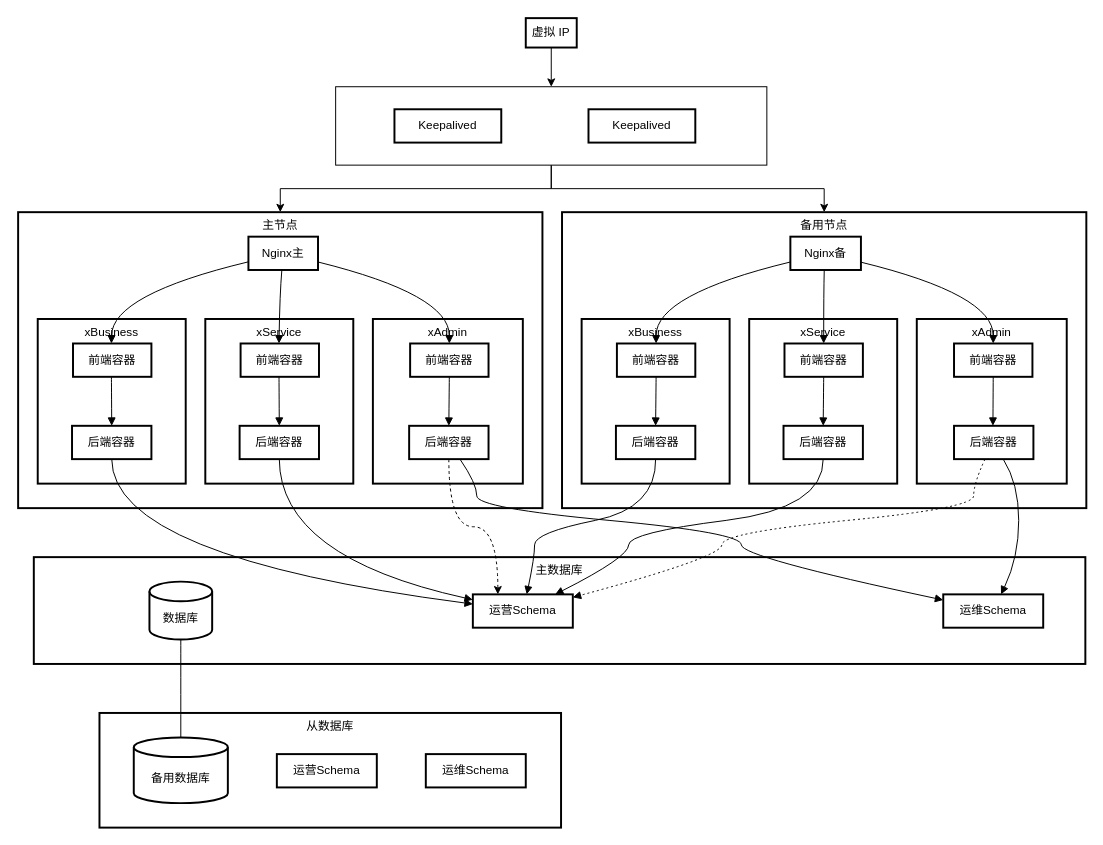
The draw.io diagram 未命名绘图.drawio in bachcuda/etltool, before the edit. Source tidied: cells renumbered, new cells numbered last; positions are measured from the earlier drawing's top-left corner, leaving out a move shared by most shapes. Both pictures are drawn from the tidied source at 98%, with x=0, y=0 at pixel (18, 18).
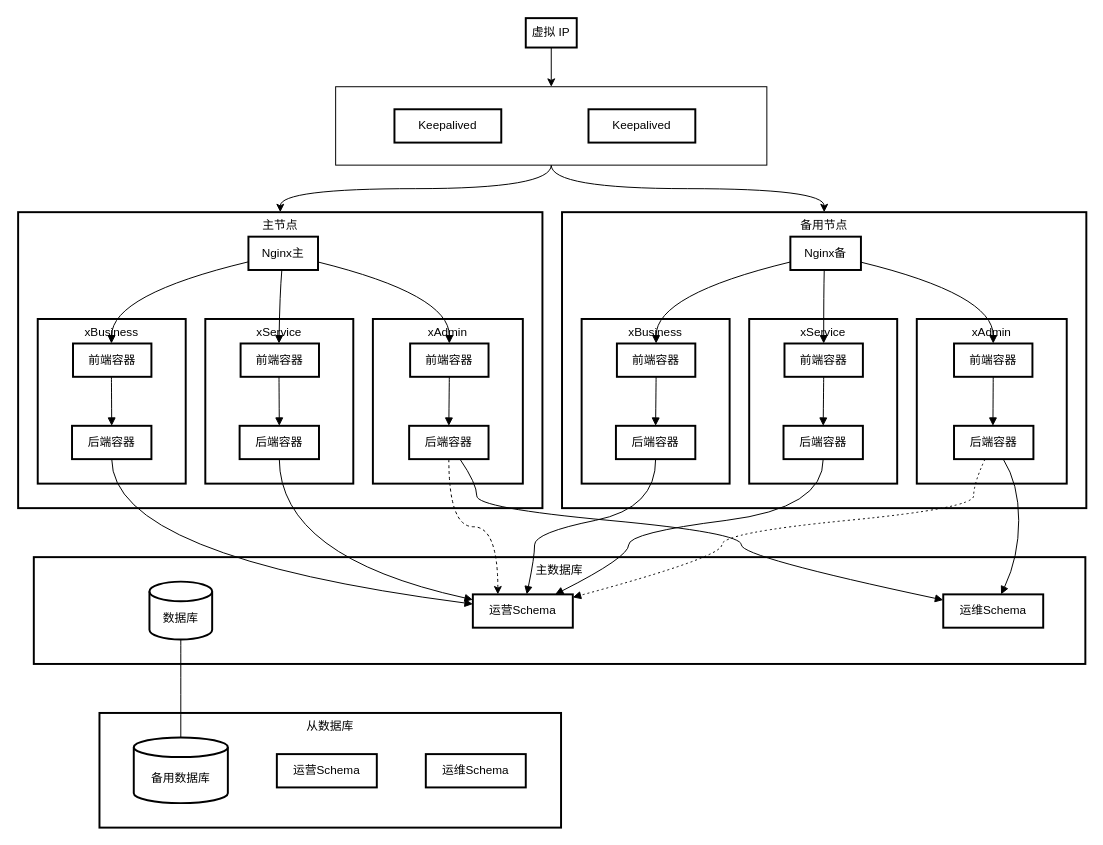
The same diagram, later.

Commit message (it also covers changes not shown here):
更新未命名绘图.drawio

The change refers to these unchanged cells:
```xml
<mxCell id="4" style="rounded=0;whiteSpace=wrap;html=1;" parent="1" vertex="1">
  <mxGeometry x="324" y="70" width="440" height="80" as="geometry" />
</mxCell>
<mxCell id="13" value="备用节点" style="whiteSpace=wrap;strokeWidth=2;verticalAlign=top;" parent="1" vertex="1">
  <mxGeometry x="555" y="198" width="535" height="302" as="geometry" />
</mxCell>
<mxCell id="24" value="主节点" style="whiteSpace=wrap;strokeWidth=2;verticalAlign=top;" parent="1" vertex="1">
  <mxGeometry y="198" width="535" height="302" as="geometry" />
</mxCell>
```

What changed in the source:
```diff
@@
-    <mxCell id="2" style="edgeStyle=orthogonalEdgeStyle;rounded=0;jettySize=auto;html=1;entryX=0.5;entryY=0;entryDx=0;entryDy=0;" parent="1" edge="1" source="4" target="24">
+    <mxCell id="2" style="edgeStyle=orthogonalEdgeStyle;rounded=0;jettySize=auto;html=1;entryX=0.5;entryY=0;entryDx=0;entryDy=0;curved=1;" parent="1" edge="1" source="4" target="24">
       <mxGeometry relative="1" as="geometry" />
     </mxCell>
-    <mxCell id="3" style="edgeStyle=orthogonalEdgeStyle;rounded=0;jettySize=auto;html=1;entryX=0.5;entryY=0;entryDx=0;entryDy=0;" parent="1" edge="1" source="4" target="13">
+    <mxCell id="3" style="edgeStyle=orthogonalEdgeStyle;rounded=0;jettySize=auto;html=1;entryX=0.5;entryY=0;entryDx=0;entryDy=0;curved=1;" parent="1" edge="1" source="4" target="13">
       <mxGeometry relative="1" as="geometry" />
     </mxCell>
```
